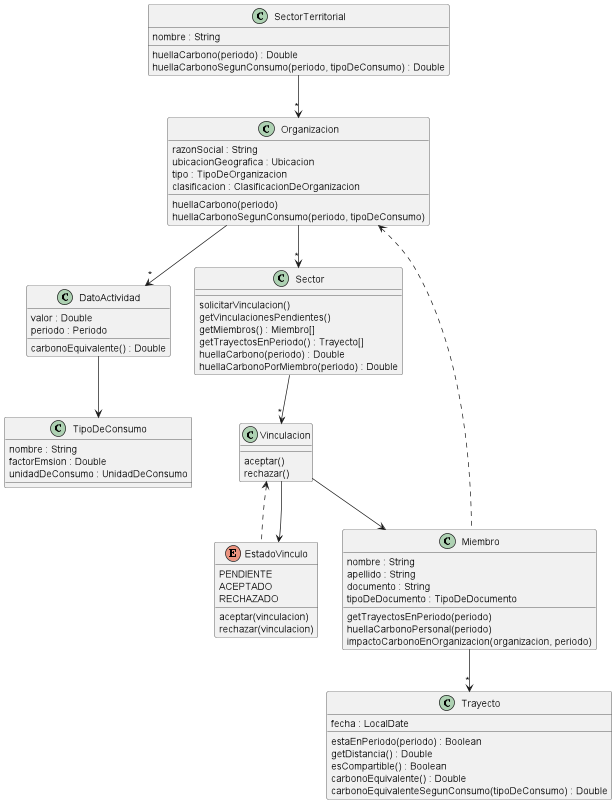
Before: docs/img/organizacion.png, a diagram exported from PlantUML (RaniAgus/dds-2022). The source it was exported from:
```plantuml
@startuml

enum EstadoVinculo {
    PENDIENTE
    ACEPTADO
    RECHAZADO
    aceptar(vinculacion)
    rechazar(vinculacion)
}

Vinculacion <.. EstadoVinculo

class Organizacion {
    razonSocial : String
    ubicacionGeografica : Ubicacion
    tipo : TipoDeOrganizacion
    clasificacion : ClasificacionDeOrganizacion
    huellaCarbono(periodo)
    huellaCarbonoSegunConsumo(periodo, tipoDeConsumo)
}

Organizacion --> "*" DatoActividad
Organizacion --> "*" Sector

class Sector {
    solicitarVinculacion()
    getVinculacionesPendientes()
    getMiembros() : Miembro[]
    getTrayectosEnPeriodo() : Trayecto[]
    huellaCarbono(periodo) : Double
    huellaCarbonoPorMiembro(periodo) : Double
}

Sector --> "*" Vinculacion

class SectorTerritorial {
    nombre : String
    huellaCarbono(periodo) : Double
    huellaCarbonoSegunConsumo(periodo, tipoDeConsumo) : Double
}

SectorTerritorial --> "*" Organizacion

class Vinculacion {
    aceptar()
    rechazar()
}

Vinculacion --> EstadoVinculo
Vinculacion --> Miembro

!include da.puml

class Miembro {
    nombre : String
    apellido : String
    documento : String
    tipoDeDocumento : TipoDeDocumento
    getTrayectosEnPeriodo(periodo)
    huellaCarbonoPersonal(periodo)
    impactoCarbonoEnOrganizacion(organizacion, periodo)
}

Organizacion <.. Miembro
Miembro --> "*" Trayecto

!include trayecto.puml

@enduml
```
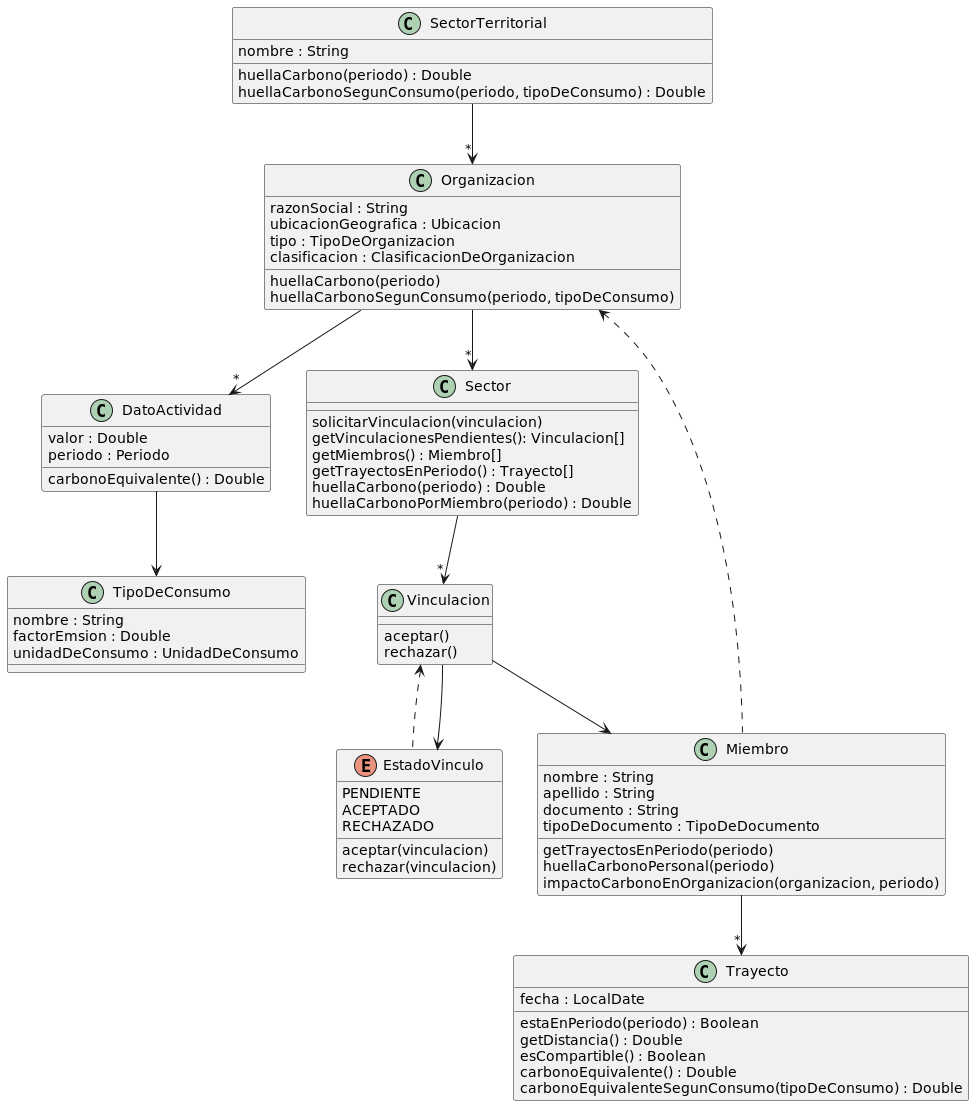
Later version of the same file.

Change to the diagram source:
```diff
@@ -23,8 +23,8 @@
 Organizacion --> "*" Sector
 
 class Sector {
-    solicitarVinculacion()
-    getVinculacionesPendientes()
+    solicitarVinculacion(vinculacion)
+    getVinculacionesPendientes(): Vinculacion[]
     getMiembros() : Miembro[]
     getTrayectosEnPeriodo() : Trayecto[]
     huellaCarbono(periodo) : Double
```
